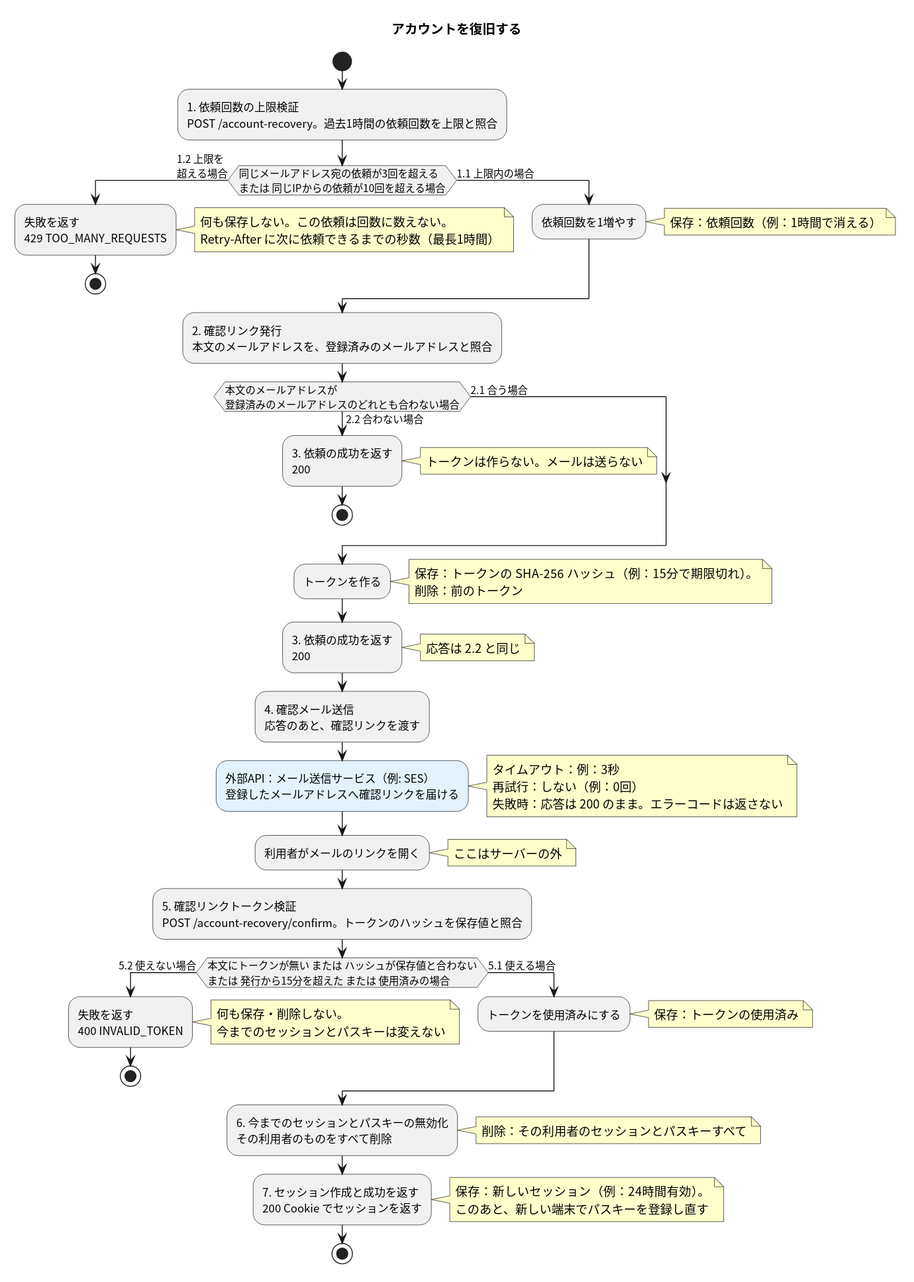
masamasamasato/design-doc-template keeps this PlantUML diagram as apis/recover-account/flow.svg. Above is the earlier version. Its source is kept beside it as apis/recover-account/flow.puml. Source of this version:
```plantuml
@startuml
skinparam shadowing false
skinparam defaultFontName "Noto Sans CJK JP"
skinparam ActivityFontName "Noto Sans CJK JP"
skinparam NoteBackgroundColor #FFFFCC

title アカウントを復旧する

start
:1. 依頼回数の上限検証\nPOST /account-recovery。過去1時間の依頼回数を上限と照合;
if (同じメールアドレス宛の依頼が3回を超える\nまたは 同じIPからの依頼が10回を超える場合) then (1.2 上限を\n超える場合)
  :失敗を返す\n429 TOO_MANY_REQUESTS;
  note right: 何も保存しない。この依頼は回数に数えない。\nRetry-After に次に依頼できるまでの秒数（最長1時間）
  stop
else (1.1 上限内の場合)
  :依頼回数を1増やす;
  note right: 保存：依頼回数（例：1時間で消える）
endif
:2. 確認リンク発行\n本文のメールアドレスを、登録済みのメールアドレスと照合;
if (本文のメールアドレスが\n登録済みのメールアドレスのどれとも合わない場合) then (2.2 合わない場合)
  :3. 依頼の成功を返す\n200;
  note right: トークンは作らない。メールは送らない
  stop
else (2.1 合う場合)
endif
:トークンを作る;
note right: 保存：トークンの SHA-256 ハッシュ（例：15分で期限切れ）。\n削除：前のトークン
:3. 依頼の成功を返す\n200;
note right: 応答は 2.2 と同じ
:4. 確認メール送信\n応答のあと、確認リンクを渡す;
:外部API：メール送信サービス（例: SES）\n登録したメールアドレスへ確認リンクを届ける; <<#E3F2FD>>
note right
  タイムアウト：例：3秒
  再試行：しない（例：0回）
  失敗時：応答は 200 のまま。エラーコードは返さない
end note
:利用者がメールのリンクを開く;
note right: ここはサーバーの外
:5. 確認リンクトークン検証\nPOST /account-recovery/confirm。トークンのハッシュを保存値と照合;
if (本文にトークンが無い または ハッシュが保存値と合わない\nまたは 発行から15分を超えた または 使用済みの場合) then (5.2 使えない場合)
  :失敗を返す\n400 INVALID_TOKEN;
  note right: 何も保存・削除しない。\n今までのセッションとパスキーは変えない
  stop
else (5.1 使える場合)
  :トークンを使用済みにする;
  note right: 保存：トークンの使用済み
endif
:6. 今までのセッションとパスキーの無効化\nその利用者のものをすべて削除;
note right: 削除：その利用者のセッションとパスキーすべて
:7. セッション作成と成功を返す\n200 Cookie でセッションを返す;
note right: 保存：新しいセッション（例：24時間有効）。\nこのあと、新しい端末でパスキーを登録し直す
stop
@enduml
```
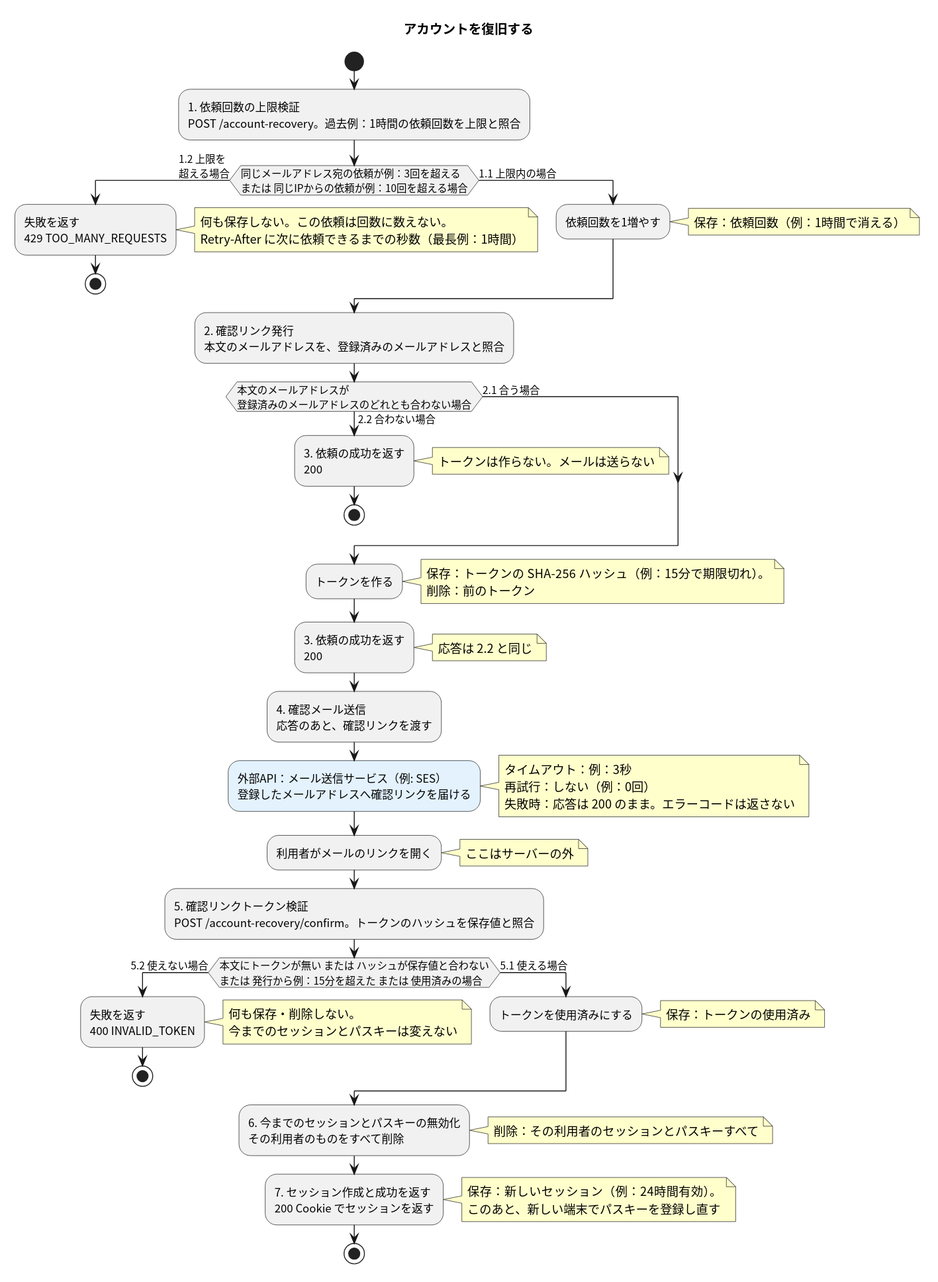
Above is the later version.

The edit, as a diff of the source:
```diff
@@ -7,10 +7,10 @@
 title アカウントを復旧する
 
 start
-:1. 依頼回数の上限検証\nPOST /account-recovery。過去1時間の依頼回数を上限と照合;
-if (同じメールアドレス宛の依頼が3回を超える\nまたは 同じIPからの依頼が10回を超える場合) then (1.2 上限を\n超える場合)
+:1. 依頼回数の上限検証\nPOST /account-recovery。過去例：1時間の依頼回数を上限と照合;
+if (同じメールアドレス宛の依頼が例：3回を超える\nまたは 同じIPからの依頼が例：10回を超える場合) then (1.2 上限を\n超える場合)
   :失敗を返す\n429 TOO_MANY_REQUESTS;
-  note right: 何も保存しない。この依頼は回数に数えない。\nRetry-After に次に依頼できるまでの秒数（最長1時間）
+  note right: 何も保存しない。この依頼は回数に数えない。\nRetry-After に次に依頼できるまでの秒数（最長例：1時間）
   stop
 else (1.1 上限内の場合)
   :依頼回数を1増やす;
@@ -37,7 +37,7 @@
 :利用者がメールのリンクを開く;
 note right: ここはサーバーの外
 :5. 確認リンクトークン検証\nPOST /account-recovery/confirm。トークンのハッシュを保存値と照合;
-if (本文にトークンが無い または ハッシュが保存値と合わない\nまたは 発行から15分を超えた または 使用済みの場合) then (5.2 使えない場合)
+if (本文にトークンが無い または ハッシュが保存値と合わない\nまたは 発行から例：15分を超えた または 使用済みの場合) then (5.2 使えない場合)
   :失敗を返す\n400 INVALID_TOKEN;
   note right: 何も保存・削除しない。\n今までのセッションとパスキーは変えない
   stop
```
